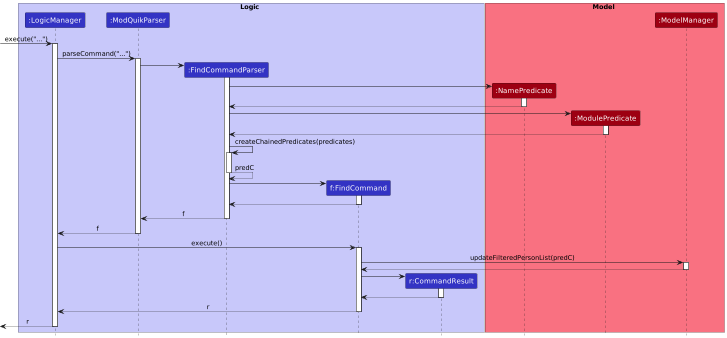
Above: docs/images/FindSequenceDiagram.png in nus-cs2103-AY2223S1/tp (PlantUML), before the change.
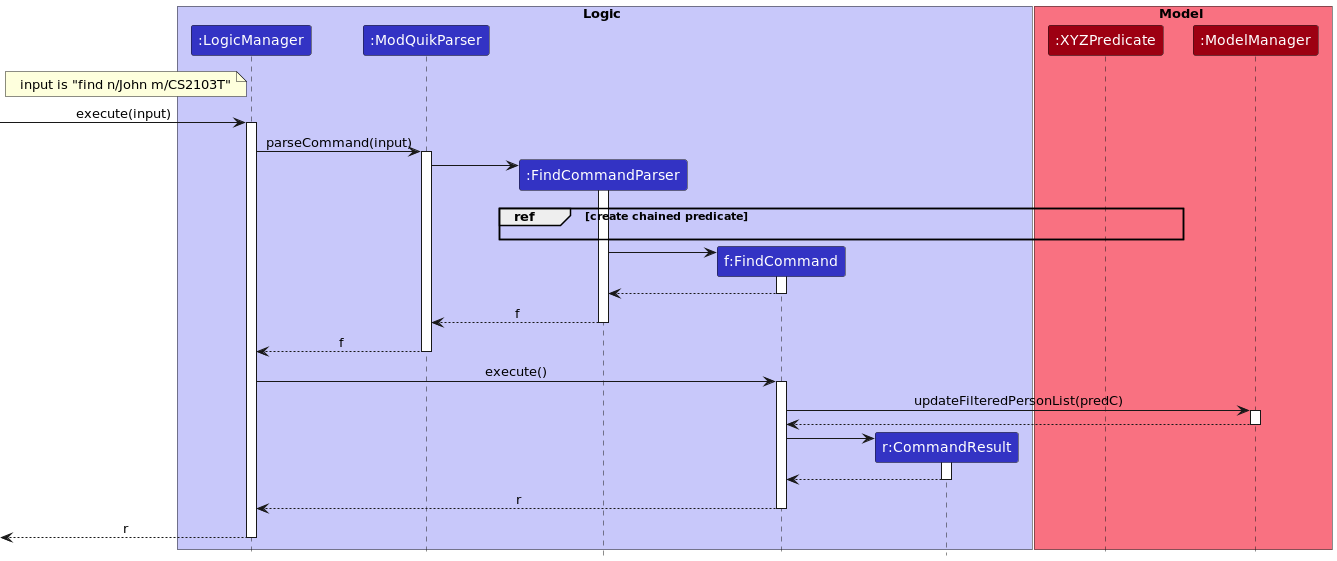
Above is the later version.

Commit message:
Improve Find command in DeveloperGuide

Diff of the diagram source:
```diff
@@ -11,37 +11,25 @@
 end box
 
 box Model MODEL_COLOR_T1
-participant ":NamePredicate" as NamePredicate MODEL_COLOR
-participant ":ModulePredicate" as ModulePredicate MODEL_COLOR
+participant ":XYZPredicate" as XYZPredicate MODEL_COLOR
 participant ":ModelManager" as ModelManager MODEL_COLOR
 end box
 
-[-> LogicManager: execute("...")
+note left LogicManager
+input is "find n/John m/CS2103T"
+end note
+[-> LogicManager: execute(input)
 activate LogicManager
 
-LogicManager -> ModQuikParser : parseCommand("...")
+LogicManager -> ModQuikParser : parseCommand(input)
 activate ModQuikParser
 
 create FindCommandParser
 ModQuikParser -> FindCommandParser
 activate FindCommandParser
-
-create NamePredicate
-FindCommandParser -> NamePredicate
-activate NamePredicate
-NamePredicate --> FindCommandParser
-deactivate NamePredicate
-
-create ModulePredicate
-FindCommandParser -> ModulePredicate
-activate ModulePredicate
-ModulePredicate --> FindCommandParser
-deactivate ModulePredicate
-
-FindCommandParser -> FindCommandParser : createChainedPredicates(predicates)
-activate FindCommandParser
-FindCommandParser --> FindCommandParser : predC
-deactivate FindCommandParser
+group ref [create chained predicate]
+    FindCommandParser -[hidden]> XYZPredicate
+end
 
 create FindCommand
 FindCommandParser -> FindCommand
```
